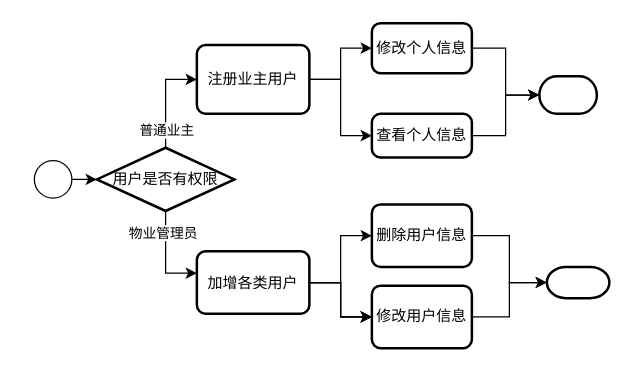
Above: page "第 4 页" (4 of 4) of projectfiles/uml/安居小区物业管理系统.drawio in KuChanMaster/PropertiesManager (draw.io), before the change. Source tidied: cells renumbered, new cells numbered last; positions are measured from the earlier drawing's top-left corner, leaving out a move shared by most shapes. Both pictures are drawn from the tidied source at 125%, with x=0, y=0 at pixel (34, 22).
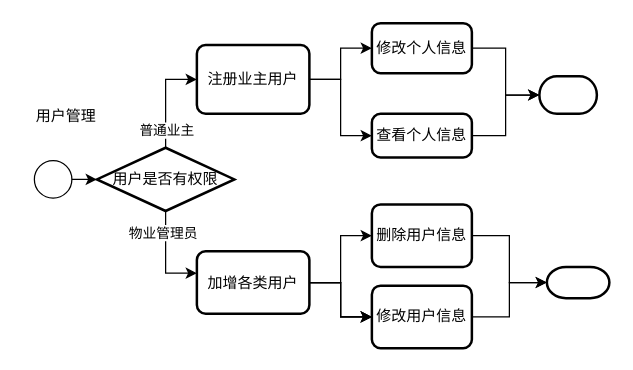
The same diagram, later.

What changed in the source:
```diff
@@
+    <mxCell id="27" value="用户管理" style="text;html=1;align=center;verticalAlign=middle;strokeColor=none;fillColor=none;" parent="1" vertex="1">
+      <mxGeometry x="-10" y="60" width="70" height="30" as="geometry" />
+    </mxCell>
```
